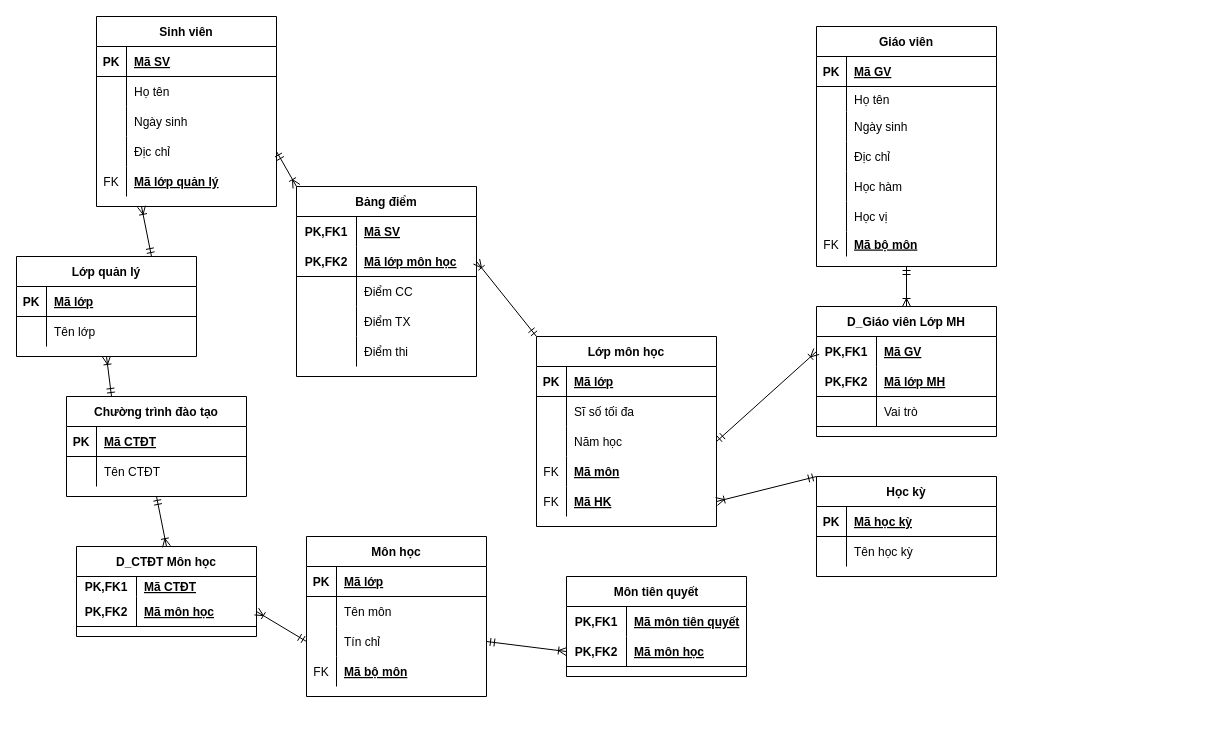
Above: page "Page-2" (2 of 6) of ER-RE.drawio in VuDucNamvdn/NamSDL (draw.io), before the change. Source tidied: cells renumbered, new cells numbered last; positions are measured from the earlier drawing's top-left corner, leaving out a move shared by most shapes. Both pictures are drawn from the tidied source at 100%, with x=0, y=0 at pixel (16, 16).
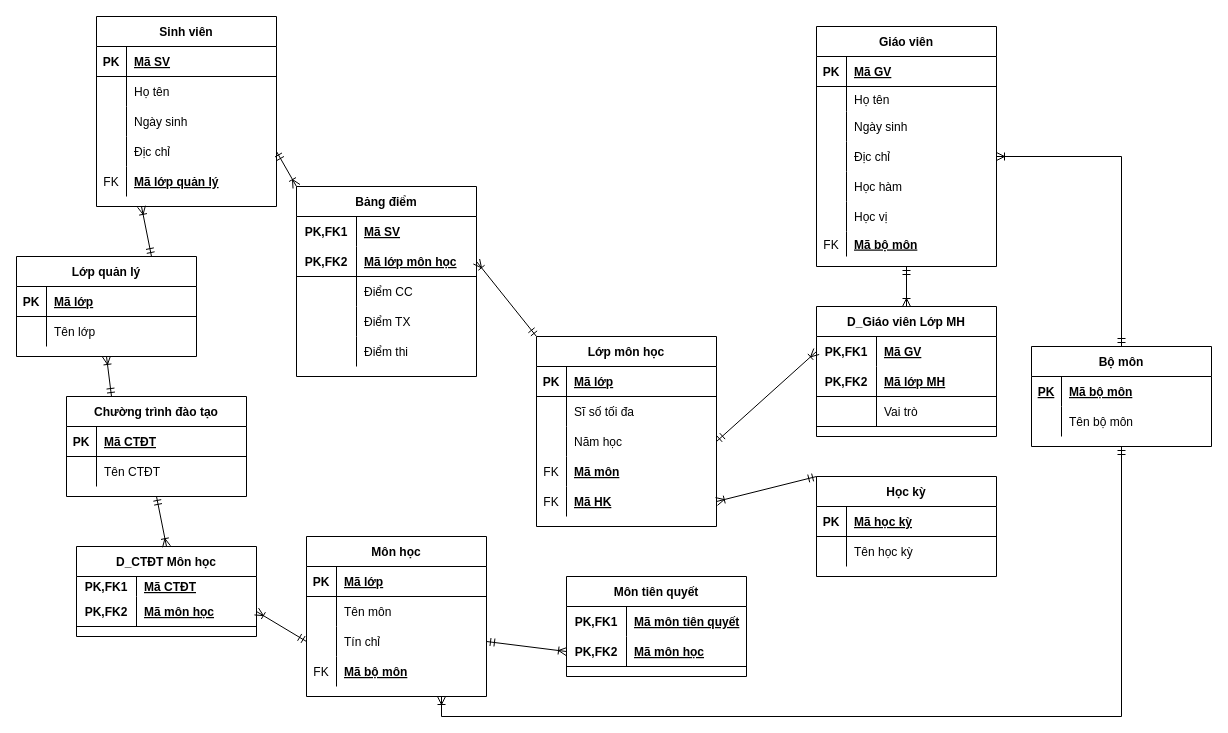
Above is the later version.

Unchanged cells that the change refers to:
```xml
<mxCell id="70" style="shape=partialRectangle;fillColor=none;top=0;left=0;bottom=0;right=0;points=[[0,0.5],[1,0.5]];portConstraint=eastwest;" parent="60" vertex="1">
  <mxGeometry y="115" width="180" height="30" as="geometry" />
</mxCell>
<mxCell id="82" value="Môn học" style="shape=table;startSize=30;childLayout=tableLayout;rowLines=0;fontStyle=1;align=center;" parent="1" vertex="1">
  <mxGeometry x="290" y="520" width="180" height="160" as="geometry" />
</mxCell>
```

The edit, as a diff of the source:
```diff
@@
+    <mxCell id="140" style="edgeStyle=orthogonalEdgeStyle;rounded=0;sketch=0;jettySize=auto;html=1;exitX=0.75;exitY=1;exitDx=0;exitDy=0;entryX=0.5;entryY=1;entryDx=0;entryDy=0;startArrow=ERoneToMany;startFill=0;endArrow=ERmandOne;endFill=0;strokeColor=#000000;fillColor=#B2C9AB;fontColor=#46495D;" parent="1" edge="1" source="82" target="141">
+      <mxGeometry relative="1" as="geometry" />
+    </mxCell>
@@
+    <mxCell id="141" value="Bộ môn" style="shape=table;startSize=30;childLayout=tableLayout;rowLines=0;fontStyle=1;align=center;" parent="1" vertex="1">
+      <mxGeometry x="1015" y="330" width="180" height="100" as="geometry" />
+    </mxCell>
+    <mxCell id="142" style="shape=partialRectangle;fillColor=none;top=0;left=0;bottom=0;right=0;" parent="141" vertex="1">
+      <mxGeometry y="30" width="180" height="30" as="geometry" />
+    </mxCell>
+    <mxCell id="143" value="PK" style="shape=partialRectangle;fillColor=none;top=0;left=0;bottom=0;right=0;overflow=hidden;fontStyle=5;" parent="142" vertex="1">
+      <mxGeometry width="30" height="30" as="geometry" />
+    </mxCell>
+    <mxCell id="144" value="Mã bộ môn" style="shape=partialRectangle;fillColor=none;top=0;left=0;bottom=0;right=0;align=left;spacingLeft=6;overflow=hidden;fontStyle=5;" parent="142" vertex="1">
+      <mxGeometry x="30" width="150" height="30" as="geometry" />
+    </mxCell>
+    <mxCell id="145" style="shape=partialRectangle;fillColor=none;top=0;left=0;bottom=0;right=0;" parent="141" vertex="1">
+      <mxGeometry y="60" width="180" height="30" as="geometry" />
+    </mxCell>
+    <mxCell id="146" style="shape=partialRectangle;fillColor=none;top=0;left=0;bottom=0;right=0;overflow=hidden;" parent="145" vertex="1">
+      <mxGeometry width="30" height="30" as="geometry" />
+    </mxCell>
+    <mxCell id="147" value="Tên bộ môn" style="shape=partialRectangle;fillColor=none;top=0;left=0;bottom=0;right=0;align=left;spacingLeft=6;overflow=hidden;" parent="145" vertex="1">
+      <mxGeometry x="30" width="150" height="30" as="geometry" />
+    </mxCell>
+    <mxCell id="148" style="edgeStyle=orthogonalEdgeStyle;rounded=0;sketch=0;jettySize=auto;html=1;exitX=1;exitY=0.5;exitDx=0;exitDy=0;entryX=0.5;entryY=0;entryDx=0;entryDy=0;fillColor=#B2C9AB;fontColor=#46495D;startArrow=ERoneToMany;startFill=0;endArrow=ERmandOne;endFill=0;" parent="1" edge="1" source="70" target="141">
+      <mxGeometry relative="1" as="geometry" />
+    </mxCell>
```
